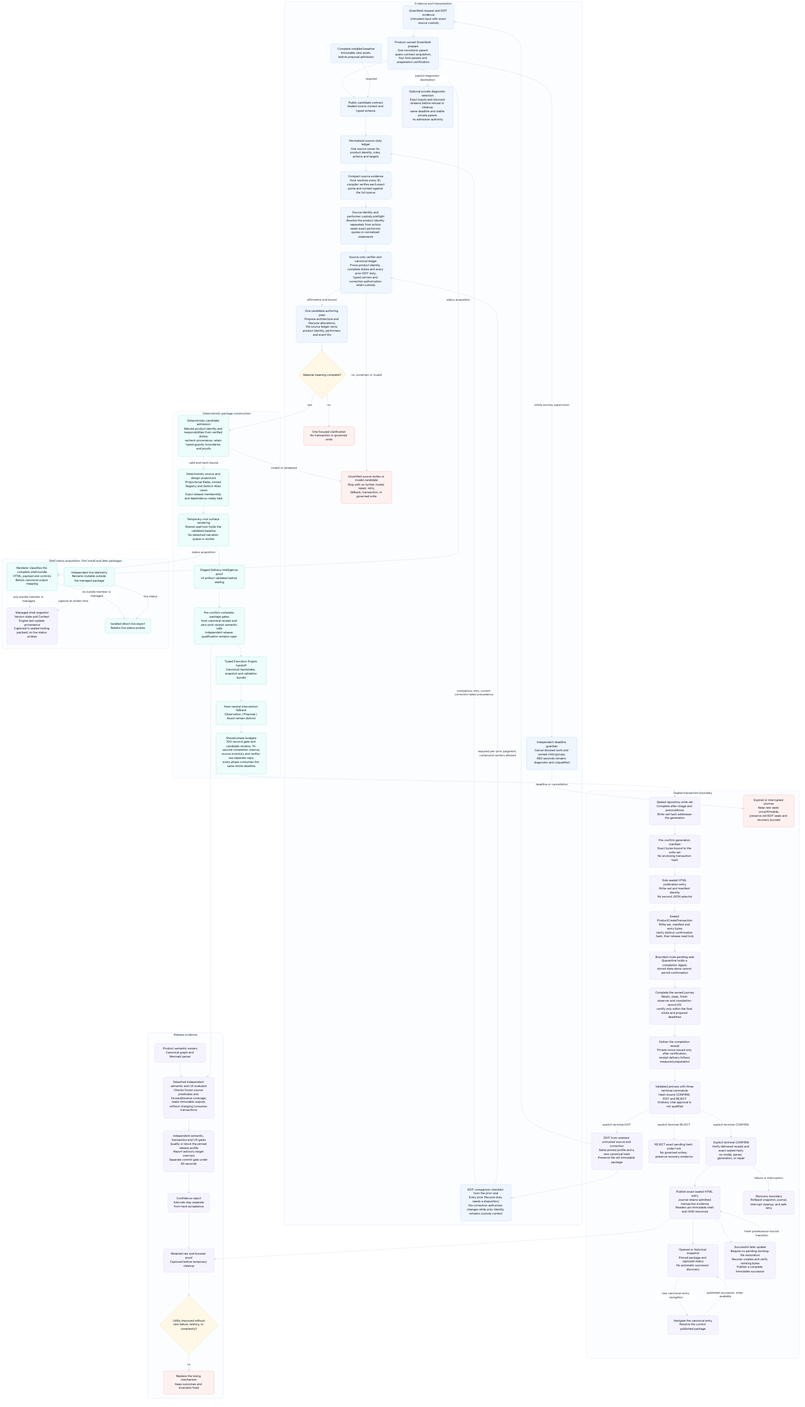
Earlier version of the Mermaid export odylith/atlas/source/domain-intelligence-greenfield-governance.png (odylith/odylith). Its source is kept beside it as odylith/atlas/source/domain-intelligence-greenfield-governance.mmd. Its diagram source:
```mermaid
flowchart TB
    subgraph evidence_lane["Evidence and interpretation"]
      direction LR
      request["Greenfield request and EDIT evidence<br/>Untrusted input with exact source custody"]
      prepare["Product-owned Greenfield prepare<br/>One monotonic parent spans contract acquisition,<br/>four host passes and preparation certification"]
      guardian["Independent deadline guardian<br/>Cancel blocked work and owned child groups;<br/>660 seconds remains diagnostic and unqualified"]
      baseline["Complete installed baseline<br/>Immutable view exists before proposal admission"]
      contract["Public candidate contract<br/>Sealed source context and typed schema"]
      prior_lifecycle["EDIT comparison checklist from the prior seal<br/>Every prior lifecycle duty needs a disposition;<br/>the correction authorizes changes while prior identity remains custody context"]
      model_pass["Normalized source-duty ledger<br/>One source owner for product identity, roles, actions and targets"]
      typed_graph["Compact source evidence<br/>Host resolves every ID; compiler verifies each exact<br/>quote and context against the full source"]
      identity_check["Source identity and performer custody preflight<br/>Resolve the product identity separately from actors;<br/>retain exact performer quotes in normalized statements"]
      source_custody["Source-only verifier and canonical ledger<br/>Prove product identity, complete duties and every prior EDIT duty;<br/>typed carriers and correction authorization retain custody"]
      private_diagnostics["Optional private diagnostic retention<br/>Exact inputs and returned streams before refusal or cleanup;<br/>same deadline and stable private parent;<br/>no admission authority"]
      candidate_author["One candidate authoring pass<br/>Propose architecture and lifecycle allocations;<br/>the source ledger owns product identity, performers and event IDs"]
      ambiguity{"Material meaning complete?"}
      clarify["One focused clarification<br/>No transaction or governed write"]
      request --> prepare --> contract --> model_pass --> typed_graph --> identity_check --> source_custody
      source_custody -- "affirmative and bound" --> candidate_author --> ambiguity
      source_custody -- "no, uncertain or invalid" --> invalid_candidate
      prepare -. "whole journey supervision" .-> guardian
      prepare -. "explicit diagnostic destination" .-> private_diagnostics
      baseline -. "required" .-> contract
      prior_lifecycle -. "comparison only; current correction takes precedence" .-> model_pass
      prior_lifecycle -. "required per-prior judgment; compound carriers allowed" .-> source_custody
      ambiguity -- "no" --> clarify
    end

    subgraph projection_lane["Deterministic package construction"]
      direction LR
      custody["Deterministic candidate admission<br/>Rebuild product identity and responsibilities from verified duties;<br/>recheck provenance; retain typed guards, boundaries and proofs"]
      invalid_candidate["Unverified source duties or invalid candidate<br/>Stop with no further model, repair, retry,<br/>fallback, transaction, or governed write"]
      projections["Deterministic source and design projections<br/>Proportional Radar, owned Registry and distinct Atlas views<br/>Exact release membership and dependency-ready task"]
      staged_surfaces["Temporary-root surface rendering<br/>Shared read lock holds the validated baseline<br/>No detached narration queue or worker"]
      delivery_proof["Staged Delivery Intelligence proof<br/>v4 artifact validated before sealing"]
      quality["Pre-confirm complete-package gates<br/>Host canonical receipt and zero post-receipt semantic calls<br/>Independent release qualification remains open"]
      execution_handoff["Typed Execution Engine handoff<br/>Canonical handshake, snapshot and validation bundle"]
      intervention_fallback["Host-neutral intervention fallback<br/>Observation / Proposal / Assist remain distinct"]
      timing["Shared phase budgets<br/>300-second gate and candidate window, 15-second completion reserve;<br/>source inventory and verifier use separate caps;<br/>every phase consumes the same whole deadline"]
      custody -- "valid and hash-bound" --> projections --> staged_surfaces --> delivery_proof --> quality --> execution_handoff --> intervention_fallback --> timing
      custody -- "invalid or tampered" --> invalid_candidate
    end

    subgraph status_lane["Shell status acquisition: first install and later packages"]
      direction LR
      bundle_scope["Renderer classifies the complete shell bundle<br/>HTML, payload and controls<br/>Before canonical output mapping"]
      captured_status["Managed shell snapshot<br/>Version state and Context Engine last-update provenance<br/>Captured in sealed tooling payload; no live status probes"]
      live_telemetry["Independent live telemetry<br/>Remains mutable outside the managed package"]
      direct_live["Isolated direct-live export<br/>Retains live status probes"]
      bundle_scope -- "any bundle member is managed" --> captured_status
      bundle_scope -- "no bundle member is managed" --> direct_live
      live_telemetry -- "capture at render time" --> captured_status
      live_telemetry -- "live status" --> direct_live
    end

    subgraph transaction_lane["Sealed transaction boundary"]
      direction LR
      write_set["Sealed repository write set<br/>Complete after-image and preconditions<br/>Write-set hash addresses the generation"]
      generation_manifest["Pre-confirm generation manifest<br/>Exact bytes bound to the write set<br/>No enclosing transaction hash"]
      entry["Sole sealed HTML publication entry<br/>Write-set and manifest identity<br/>No second JSON selector"]
      sealed["Sealed ProductCreateTransaction<br/>Write set, manifest and entry bytes<br/>Verify distinct confirmation hash, then release read lock"]
      quarantine["Bounded-route pending seal<br/>Quarantine holds a completion digest;<br/>stored state alone cannot permit confirmation"]
      finalize["Complete the owned journey<br/>Retain, clean, finish observer and completion-record I/O;<br/>certify only within the final whole and proposal deadlines"]
      receipt["Deliver the completion receipt<br/>Private nonce issued only after certification;<br/>receipt delivery follows measured preparation"]
      cancelled["Expired or interrupted journey<br/>Keep new seals unconfirmable;<br/>preserve old EDIT seals and recovery journals"]
      decision["Validated preview with three terminal commands<br/>Hash-bound CONFIRM, EDIT and REJECT<br/>Ordinary chat approval is not qualified"]
      edit["EDIT from retained untrusted source and correction<br/>Same pinned profile and a new canonical hash<br/>Preserve the old immutable package"]
      reject["REJECT exact pending hash under lock<br/>No governed writes; preserve recovery evidence"]
      confirm["Explicit terminal CONFIRM<br/>Verify delivered receipt and exact sealed hash;<br/>no model, parser, generation, or repair"]
      publish["Publish exact sealed HTML entry<br/>Journal retains admitted transaction evidence<br/>Readers pin immutable shell and child resources"]
      observed["Opened or historical snapshot<br/>Pinned package and captured status<br/>No automatic successor discovery"]
      navigate["Navigate the canonical entry<br/>Resolve the current published package"]
      later["Successful later update<br/>Require no pending working-file restoration<br/>Recover creates and verify working bytes<br/>Publish a complete immutable successor"]
      recovery["Recovery boundary<br/>Rollback snapshot, journal,<br/>interrupt cleanup, and safe retry"]
      write_set --> generation_manifest --> entry --> sealed --> quarantine --> finalize --> receipt --> decision
      guardian -- "deadline or cancellation" --> cancelled
      decision -- "explicit terminal CONFIRM" --> confirm --> publish
      decision -- "explicit terminal EDIT" --> edit
      edit --> request
      edit --> prior_lifecycle
      decision -- "explicit terminal REJECT" --> reject
      publish --> later
      later -. "fresh predecessor-bound transition" .-> publish
      publish --> observed
      observed -- "new canonical-entry navigation" --> navigate
      navigate -- "published successor, when available" --> observed
      confirm -. "failure or interruption" .-> recovery
    end

    subgraph proof_lane["Release evidence"]
      direction LR
      owners["Product semantic owners<br/>Canonical graph and Mermaid parser"]
      evaluator["Detached independent semantic and UX evaluator<br/>Checks frozen source predicates and forward/reverse coverage;<br/>reads immutable outputs without changing consumer transactions"]
      acceptance["Independent semantic, transaction and UX gates<br/>Qualify or block the pinned release profile<br/>Report advisory target overruns<br/>Separate commit gate under 60 seconds"]
      confidence["Confidence report<br/>Intervals stay separate<br/>from hard acceptance"]
      retained["Retained raw and browser proof<br/>Captured before temporary cleanup"]
      drift{"Utility improved without<br/>new failure, latency, or complexity?"}
      replace["Replace the losing mechanism<br/>Keep outcomes and invariants fixed"]
      owners --> evaluator --> acceptance --> confidence --> retained --> drift
      drift -- "no" --> replace
    end

    ambiguity -- "yes" --> custody
    baseline -. "status acquisition" .-> bundle_scope
    staged_surfaces -. "status acquisition" .-> bundle_scope
    timing --> write_set
    quality --> evaluator
    publish --> retained

    classDef primary fill:#EFF6FF,stroke:#BFD7FE,color:#132033,stroke-width:1px;
    classDef execution fill:#ECFDFB,stroke:#A7E9E3,color:#132033,stroke-width:1px;
    classDef governance fill:#F5F3FF,stroke:#DDD6FE,color:#132033,stroke-width:1px;
    classDef constraint fill:#FFF8E6,stroke:#F6D98B,color:#132033,stroke-width:1px;
    classDef invalid fill:#FFF1F0,stroke:#F7B4AE,color:#132033,stroke-width:1px;
    class request,prepare,guardian,baseline,contract,prior_lifecycle,model_pass,typed_graph,identity_check,source_custody,candidate_author,private_diagnostics primary;
    class custody,projections,staged_surfaces,delivery_proof,quality,execution_handoff,intervention_fallback,timing,bundle_scope,live_telemetry,direct_live execution;
    class write_set,generation_manifest,entry,sealed,quarantine,finalize,receipt,decision,edit,reject,confirm,publish,observed,navigate,captured_status,later,recovery,owners,evaluator,acceptance,confidence,retained governance;
    class ambiguity,drift constraint;
    class clarify,invalid_candidate,cancelled,replace invalid;

    style evidence_lane fill:#FBFDFF,stroke:#BFD7FE,stroke-width:1px,color:#293D52
    style projection_lane fill:#F8FFFE,stroke:#A7E9E3,stroke-width:1px,color:#293D52
    style status_lane fill:#F8FFFE,stroke:#A7E9E3,stroke-width:1px,color:#293D52
    style transaction_lane fill:#FCFBFF,stroke:#DDD6FE,stroke-width:1px,color:#293D52
    style proof_lane fill:#FFFCF3,stroke:#F6D98B,stroke-width:1px,color:#293D52
    linkStyle default stroke:#9FB2C8,stroke-width:1.25px
```
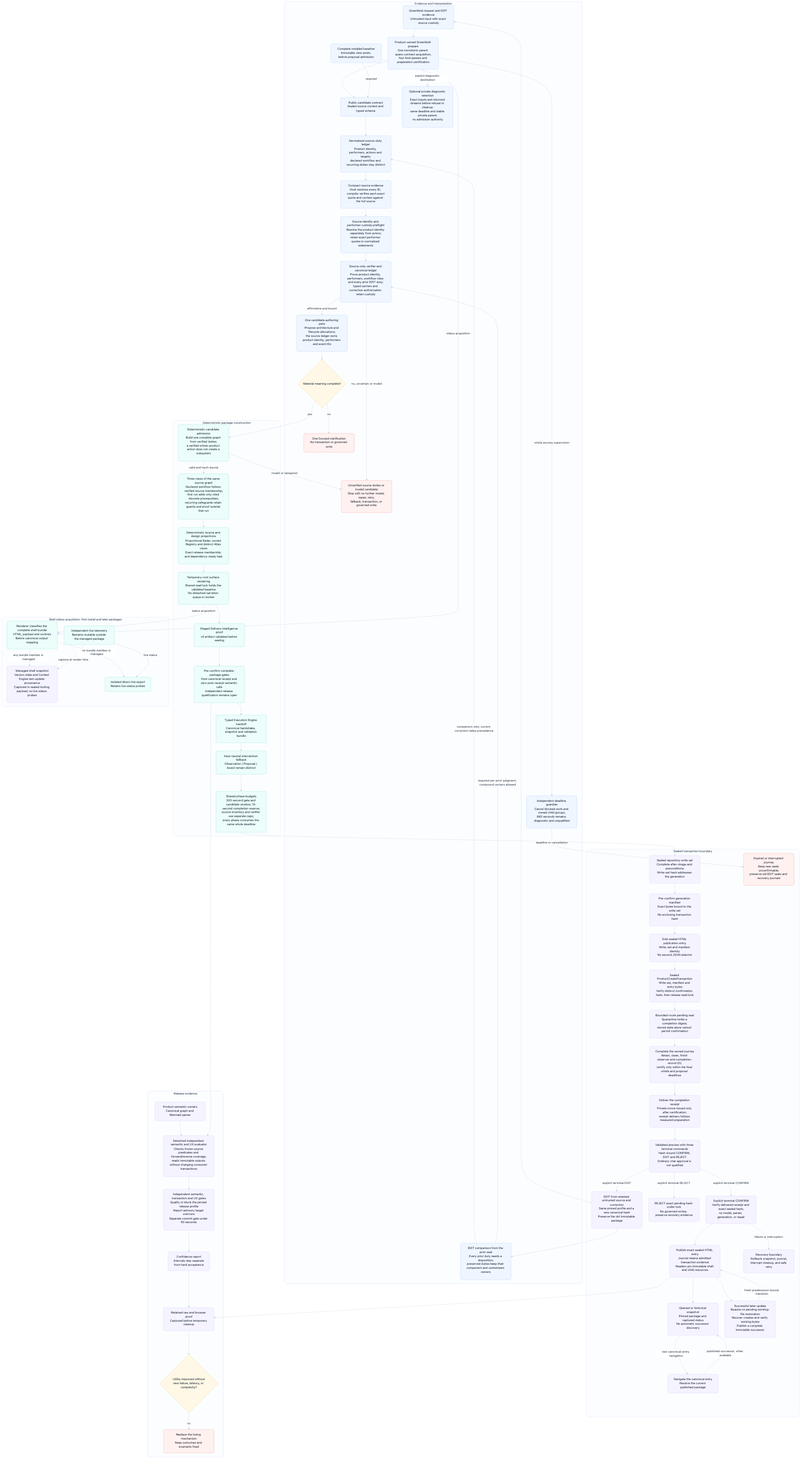
After the change.

What changed in the source:
```diff
@@ -6,11 +6,11 @@
       guardian["Independent deadline guardian<br/>Cancel blocked work and owned child groups;<br/>660 seconds remains diagnostic and unqualified"]
       baseline["Complete installed baseline<br/>Immutable view exists before proposal admission"]
       contract["Public candidate contract<br/>Sealed source context and typed schema"]
-      prior_lifecycle["EDIT comparison checklist from the prior seal<br/>Every prior lifecycle duty needs a disposition;<br/>the correction authorizes changes while prior identity remains custody context"]
-      model_pass["Normalized source-duty ledger<br/>One source owner for product identity, roles, actions and targets"]
+      prior_lifecycle["EDIT comparison from the prior seal<br/>Every prior duty needs a disposition;<br/>preserved duties keep their component and workstream owners"]
+      model_pass["Normalized source-duty ledger<br/>Product identity, performers, actions and targets;<br/>declared workflow and recurring duties stay distinct"]
       typed_graph["Compact source evidence<br/>Host resolves every ID; compiler verifies each exact<br/>quote and context against the full source"]
       identity_check["Source identity and performer custody preflight<br/>Resolve the product identity separately from actors;<br/>retain exact performer quotes in normalized statements"]
-      source_custody["Source-only verifier and canonical ledger<br/>Prove product identity, complete duties and every prior EDIT duty;<br/>typed carriers and correction authorization retain custody"]
+      source_custody["Source-only verifier and canonical ledger<br/>Prove product identity, performers, workflow roles and every prior EDIT duty;<br/>typed carriers and correction authorization retain custody"]
       private_diagnostics["Optional private diagnostic retention<br/>Exact inputs and returned streams before refusal or cleanup;<br/>same deadline and stable private parent;<br/>no admission authority"]
       candidate_author["One candidate authoring pass<br/>Propose architecture and lifecycle allocations;<br/>the source ledger owns product identity, performers and event IDs"]
       ambiguity{"Material meaning complete?"}
@@ -28,7 +28,8 @@
 
     subgraph projection_lane["Deterministic package construction"]
       direction LR
-      custody["Deterministic candidate admission<br/>Rebuild product identity and responsibilities from verified duties;<br/>recheck provenance; retain typed guards, boundaries and proofs"]
+      custody["Deterministic candidate admission<br/>Build one complete graph from verified duties;<br/>a verified whole-product action does not create a subsystem"]
+      source_views["Three views of the same source graph<br/>Declared workflow follows verified source membership;<br/>first run adds only cited discrete prerequisites;<br/>recurring safeguards retain guards and proof outside that run"]
       invalid_candidate["Unverified source duties or invalid candidate<br/>Stop with no further model, repair, retry,<br/>fallback, transaction, or governed write"]
       projections["Deterministic source and design projections<br/>Proportional Radar, owned Registry and distinct Atlas views<br/>Exact release membership and dependency-ready task"]
       staged_surfaces["Temporary-root surface rendering<br/>Shared read lock holds the validated baseline<br/>No detached narration queue or worker"]
@@ -37,7 +38,7 @@
       execution_handoff["Typed Execution Engine handoff<br/>Canonical handshake, snapshot and validation bundle"]
       intervention_fallback["Host-neutral intervention fallback<br/>Observation / Proposal / Assist remain distinct"]
       timing["Shared phase budgets<br/>300-second gate and candidate window, 15-second completion reserve;<br/>source inventory and verifier use separate caps;<br/>every phase consumes the same whole deadline"]
-      custody -- "valid and hash-bound" --> projections --> staged_surfaces --> delivery_proof --> quality --> execution_handoff --> intervention_fallback --> timing
+      custody -- "valid and hash-bound" --> source_views --> projections --> staged_surfaces --> delivery_proof --> quality --> execution_handoff --> intervention_fallback --> timing
       custody -- "invalid or tampered" --> invalid_candidate
     end
 
@@ -113,7 +114,7 @@
     classDef constraint fill:#FFF8E6,stroke:#F6D98B,color:#132033,stroke-width:1px;
     classDef invalid fill:#FFF1F0,stroke:#F7B4AE,color:#132033,stroke-width:1px;
     class request,prepare,guardian,baseline,contract,prior_lifecycle,model_pass,typed_graph,identity_check,source_custody,candidate_author,private_diagnostics primary;
-    class custody,projections,staged_surfaces,delivery_proof,quality,execution_handoff,intervention_fallback,timing,bundle_scope,live_telemetry,direct_live execution;
+    class custody,source_views,projections,staged_surfaces,delivery_proof,quality,execution_handoff,intervention_fallback,timing,bundle_scope,live_telemetry,direct_live execution;
     class write_set,generation_manifest,entry,sealed,quarantine,finalize,receipt,decision,edit,reject,confirm,publish,observed,navigate,captured_status,later,recovery,owners,evaluator,acceptance,confidence,retained governance;
     class ambiguity,drift constraint;
     class clarify,invalid_candidate,cancelled,replace invalid;
```
